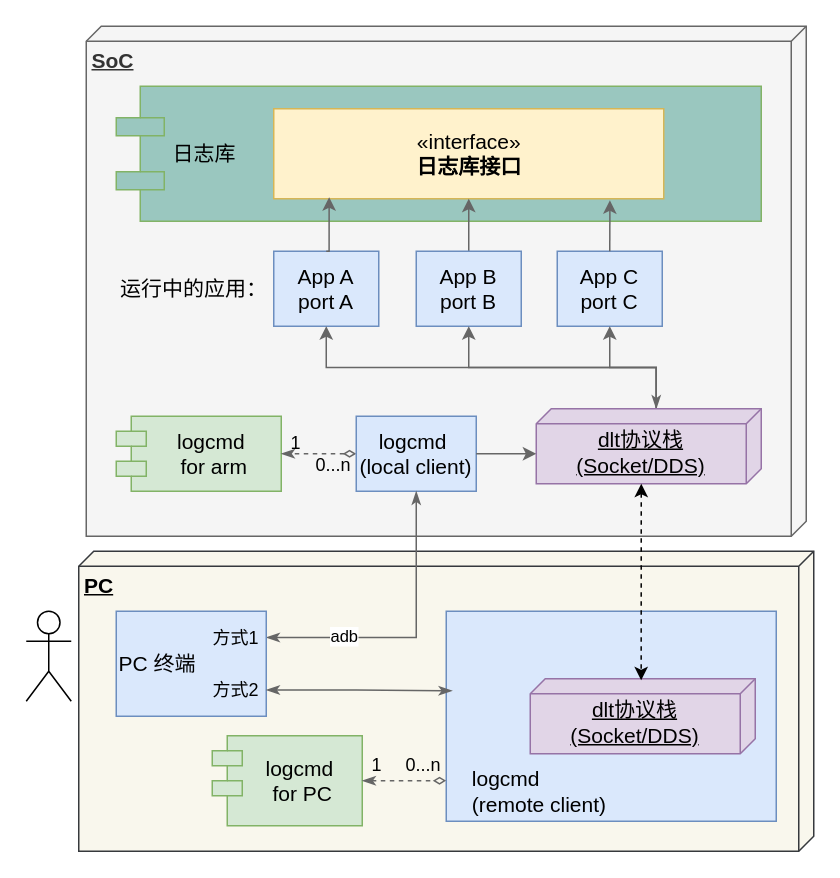
Above: Untitled Diagram.drawio in luzizheng/diagrams (draw.io), before the change. Source tidied: cells renumbered, new cells numbered last; positions are measured from the earlier drawing's top-left corner, leaving out a move shared by most shapes. Both pictures are drawn from the tidied source at 150%, with x=0, y=0 at pixel (26, 26).
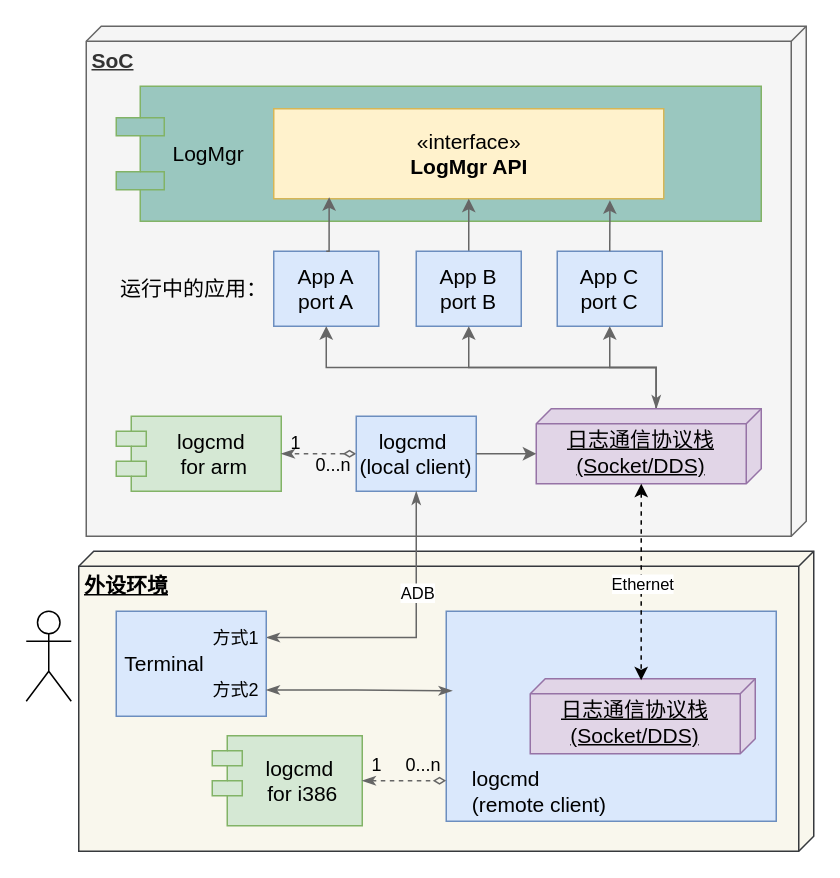
Above is the later version.

The change refers to these unchanged cells:
```xml
<mxCell id="9" style="edgeStyle=orthogonalEdgeStyle;rounded=0;jettySize=auto;html=1;exitX=1;exitY=0.25;exitDx=0;exitDy=0;entryX=0.5;entryY=1;entryDx=0;entryDy=0;startArrow=classicThin;startFill=1;endArrow=classicThin;endFill=1;strokeColor=#666666;" parent="1" edge="1" source="11" target="8">
  <mxGeometry relative="1" as="geometry" />
</mxCell>
<mxCell id="28" style="edgeStyle=orthogonalEdgeStyle;rounded=0;jettySize=auto;html=1;exitX=0;exitY=0;exitDx=50;exitDy=80;exitPerimeter=0;startArrow=classic;startFill=1;endArrow=classic;endFill=1;dashed=1;entryX=0.02;entryY=0.507;entryDx=0;entryDy=0;entryPerimeter=0;" parent="1" edge="1" source="22" target="27">
  <mxGeometry relative="1" as="geometry" />
</mxCell>
```

The edit, as a diff of the source:
```diff
@@
-    <mxCell id="3" value="PC" style="verticalAlign=top;align=left;spacingTop=8;spacingLeft=2;spacingRight=12;shape=cube;size=10;direction=south;fontStyle=5;html=1;rounded=0;shadow=0;comic=0;labelBackgroundColor=none;strokeWidth=1;fontFamily=Helvetica;fontSize=14;fillColor=#f9f7ed;strokeColor=#36393d;" parent="1" vertex="1">
+    <mxCell id="3" value="外设环境" style="verticalAlign=top;align=left;spacingTop=8;spacingLeft=2;spacingRight=12;shape=cube;size=10;direction=south;fontStyle=5;html=1;rounded=0;shadow=0;comic=0;labelBackgroundColor=none;strokeWidth=1;fontFamily=Helvetica;fontSize=14;fillColor=#f9f7ed;strokeColor=#36393d;" parent="1" vertex="1">
       <mxGeometry x="35" y="350" width="490" height="200" as="geometry" />
     </mxCell>
-    <mxCell id="4" value="日志库" style="shape=component;align=left;spacingLeft=36;rounded=0;shadow=0;comic=0;labelBackgroundColor=none;strokeWidth=1;fontFamily=Helvetica;fontSize=14;html=1;fillColor=#9AC7BF;strokeColor=#82b366;" parent="1" vertex="1">
+    <mxCell id="4" value="LogMgr" style="shape=component;align=left;spacingLeft=36;rounded=0;shadow=0;comic=0;labelBackgroundColor=none;strokeWidth=1;fontFamily=Helvetica;fontSize=14;html=1;fillColor=#9AC7BF;strokeColor=#82b366;" parent="1" vertex="1">
       <mxGeometry x="60" y="40" width="430" height="90" as="geometry" />
     </mxCell>
-    <mxCell id="5" value="«interface»&lt;br&gt;&lt;b&gt;日志库接口&lt;/b&gt;" style="html=1;rounded=0;shadow=0;comic=0;labelBackgroundColor=none;strokeWidth=1;fontFamily=Helvetica;fontSize=14;align=center;fillColor=#fff2cc;strokeColor=#d6b656;" parent="1" vertex="1">
+    <mxCell id="5" value="«interface»&lt;br&gt;&lt;b&gt;LogMgr API&lt;/b&gt;" style="html=1;rounded=0;shadow=0;comic=0;labelBackgroundColor=none;strokeWidth=1;fontFamily=Helvetica;fontSize=14;align=center;fillColor=#fff2cc;strokeColor=#d6b656;" parent="1" vertex="1">
       <mxGeometry x="165" y="55" width="260" height="60" as="geometry" />
     </mxCell>
@@
-    <mxCell id="10" value="adb" style="edgeLabel;html=1;align=center;verticalAlign=middle;" parent="9" vertex="1">
-      <mxGeometry x="-0.48" y="1" relative="1" as="geometry" />
-    </mxCell>
+    <mxCell id="37" value="ADB" style="edgeLabel;html=1;align=center;verticalAlign=middle;" parent="9" vertex="1">
+      <mxGeometry x="0.32" relative="1" as="geometry" />
+    </mxCell>
-    <mxCell id="11" value="PC 终端" style="html=1;whiteSpace=wrap;fillColor=#dae8fc;strokeColor=#6c8ebf;align=left;fontSize=14;" parent="1" vertex="1">
+    <mxCell id="11" value="&amp;nbsp;Terminal" style="html=1;whiteSpace=wrap;fillColor=#dae8fc;strokeColor=#6c8ebf;align=left;fontSize=14;" parent="1" vertex="1">
       <mxGeometry x="60" y="390" width="100" height="70" as="geometry" />
     </mxCell>
-    <mxCell id="12" value="logcmd&amp;nbsp;&lt;div&gt;for PC&lt;/div&gt;" style="shape=module;align=center;spacingLeft=20;align=center;verticalAlign=middle;html=1;fontFamily=Helvetica;fillColor=#d5e8d4;strokeColor=#82b366;fontSize=14;" parent="1" vertex="1">
+    <mxCell id="12" value="logcmd&amp;nbsp;&lt;div&gt;for i386&lt;/div&gt;" style="shape=module;align=center;spacingLeft=20;align=center;verticalAlign=middle;html=1;fontFamily=Helvetica;fillColor=#d5e8d4;strokeColor=#82b366;fontSize=14;" parent="1" vertex="1">
       <mxGeometry x="124" y="473" width="100" height="60" as="geometry" />
     </mxCell>
@@
-    <mxCell id="22" value="dlt协议栈 (Socket/DDS)" style="verticalAlign=middle;align=center;spacingTop=8;spacingLeft=2;spacingRight=12;shape=cube;size=10;direction=south;fontStyle=4;html=1;whiteSpace=wrap;fillColor=#e1d5e7;strokeColor=#9673a6;fontSize=14;" parent="1" vertex="1">
+    <mxCell id="22" value="日志通信协议栈 (Socket/DDS)" style="verticalAlign=middle;align=center;spacingTop=8;spacingLeft=2;spacingRight=12;shape=cube;size=10;direction=south;fontStyle=4;html=1;whiteSpace=wrap;fillColor=#e1d5e7;strokeColor=#9673a6;fontSize=14;" parent="1" vertex="1">
       <mxGeometry x="340" y="255" width="150" height="50" as="geometry" />
     </mxCell>
@@
-    <mxCell id="27" value="dlt协议栈 (Socket/DDS)" style="verticalAlign=middle;align=center;spacingTop=8;spacingLeft=2;spacingRight=12;shape=cube;size=10;direction=south;fontStyle=4;html=1;whiteSpace=wrap;fillColor=#e1d5e7;strokeColor=#9673a6;fontSize=14;" parent="1" vertex="1">
+    <mxCell id="27" value="日志通信协议栈 (Socket/DDS)" style="verticalAlign=middle;align=center;spacingTop=8;spacingLeft=2;spacingRight=12;shape=cube;size=10;direction=south;fontStyle=4;html=1;whiteSpace=wrap;fillColor=#e1d5e7;strokeColor=#9673a6;fontSize=14;" parent="1" vertex="1">
       <mxGeometry x="336" y="435" width="150" height="50" as="geometry" />
     </mxCell>
@@
+    <mxCell id="38" value="Ethernet" style="edgeLabel;html=1;align=center;verticalAlign=middle;" parent="28" vertex="1">
+      <mxGeometry x="0.01" y="1" relative="1" as="geometry" />
+    </mxCell>
```
